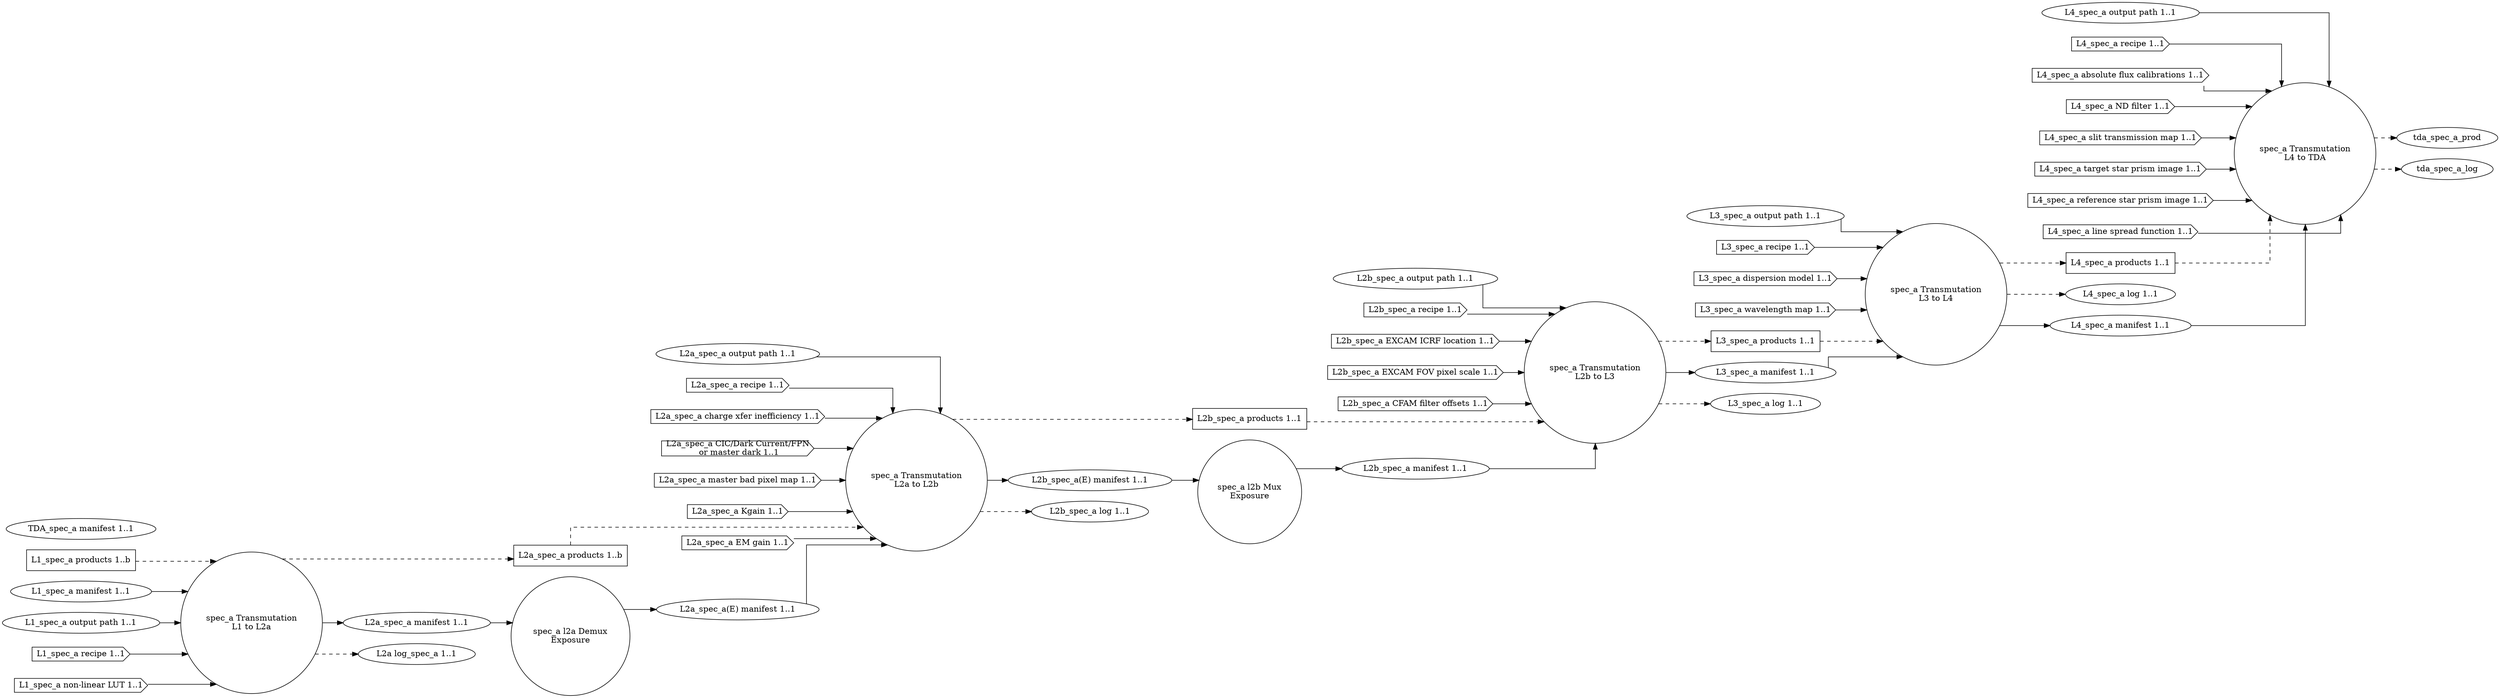
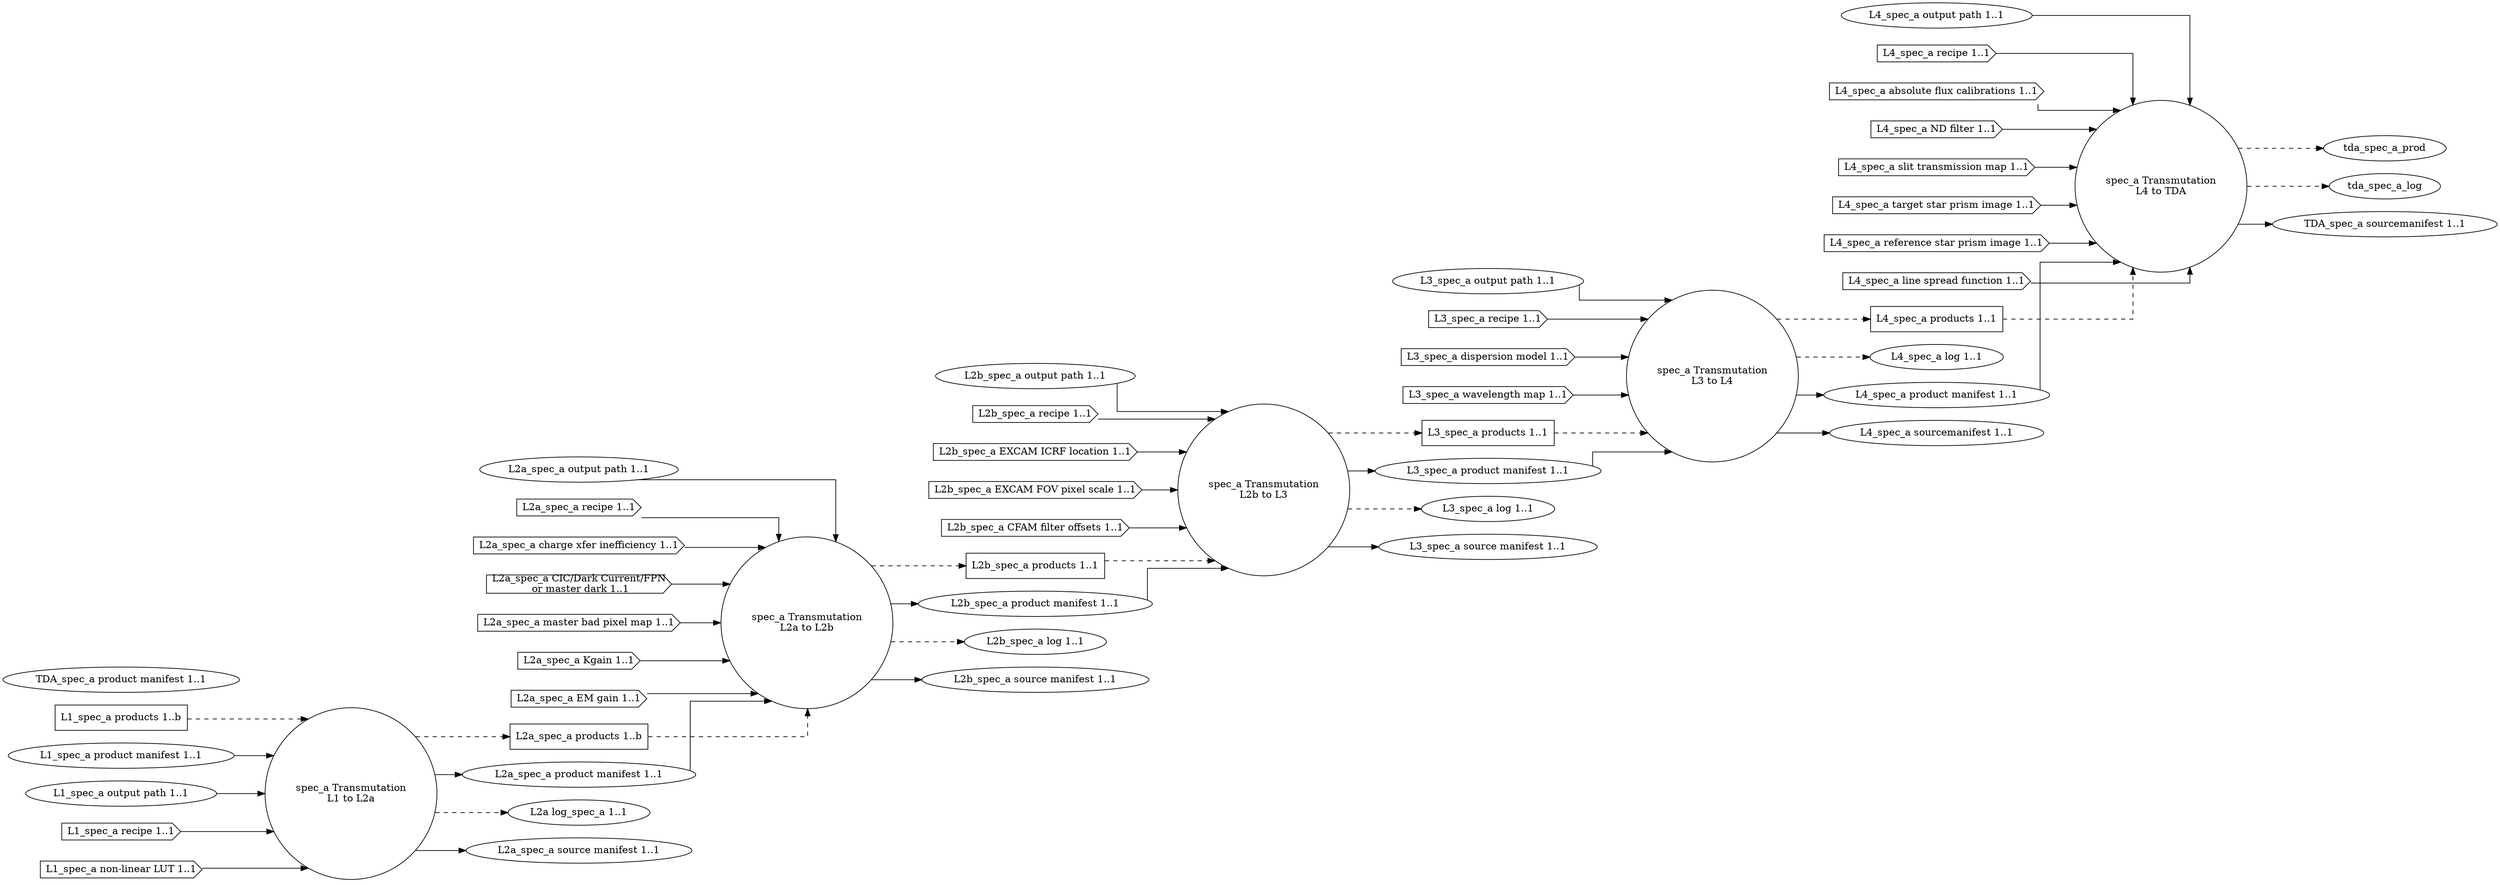
digraph SpectroscopyAnalog {
graph [splines="ortho", rankdir=LR];
trans_spec_a_l1_l2a [label="spec_a Transmutation\nL1 to L2a", shape="circle", runname="l1.transmutation_spec_a", runtype="dawgie.Algorithm", fsmtype="dip.base.Runner"];
- l2a_spec_a_demux [label="spec_a l2a Demux\nExposure", shape="circle", runname="l2a.demux_spec_a", runtype="dawgie.Algorithm", fsmtype="dip.clerk.impls.demux.FSM"];
trans_spec_a_l2a_l2b [label="spec_a Transmutation\nL2a to L2b", shape="circle", runname="l2a.transmutation_spec_a", runtype="dawgie.Algorithm", fsmtype="dip.base.Runner"];
- l2b_spec_a_mux [label="spec_a l2b Mux\nExposure", shape="circle", runname="l2b.mux_spec_a", runtype="dawgie.Analyzer", fsmtype="dip.clerk.impls.mux.FSM"];
trans_spec_a_l2b_l3 [label="spec_a Transmutation\nL2b to L3", shape="circle", runname="l2b.transmutation_spec_a", runtype="dawgie.Algorithm", fsmtype="dip.base.Runner"];
trans_spec_a_l3_l4 [label="spec_a Transmutation\nL3 to L4", shape="circle", runname="l3.transmutation_spec_a", runtype="dawgie.Algorithm", fsmtype="dip.base.Runner"];
trans_spec_a_l4_tda [label="spec_a Transmutation\nL4 to TDA", shape="circle", runname="l4.transmutation_spec_a", runtype="dawgie.Algorithm", fsmtype="dip.base.Runner"];
l1_spec_a_prod [label="L1_spec_a products 1..b", shape="rectangle"];
- l1_spec_a_man [label="L1_spec_a manifest 1..1", shape="ellipse"];
+ l1_spec_a_man [label="L1_spec_a product manifest 1..1", shape="ellipse"];
l1_spec_a_odir [label="L1_spec_a output path 1..1", shape="ellipse"];
l1_spec_a_rec [label="L1_spec_a recipe 1..1", shape="cds"];
l1_spec_a_nllut [label="L1_spec_a non-linear LUT 1..1", shape="cds"];
l2a_spec_a_prod [label="L2a_spec_a products 1..b", shape="rectangle"];
- l2a_spec_a_man [label="L2a_spec_a manifest 1..1", shape="ellipse", valname="l1.transmutation_spec_a.product.manifest", valtype="dip.base.Manifest"];
+ l2a_spec_a_man [label="L2a_spec_a product manifest 1..1", shape="ellipse", valname="l1.transmutation_spec_a.product.manifest", valtype="dip.base.Manifest"];
l2a_spec_a_odir [label="L2a_spec_a output path 1..1", shape="ellipse"];
l2a_spec_a_rec [label="L2a_spec_a recipe 1..1", shape="cds"];
l2a_spec_a_cti [label="L2a_spec_a charge xfer inefficiency 1..1", shape="cds"];
l2a_spec_a_dnb [label="L2a_spec_a CIC/Dark Current/FPN\n or master dark 1..1", shape="cds"];
l2a_spec_a_mbpm [label="L2a_spec_a master bad pixel map 1..1", shape="cds"];
l2a_spec_a_kgain [label="L2a_spec_a Kgain 1..1", shape="cds"];
l2a_spec_a_emg [label="L2a_spec_a EM gain 1..1", shape="cds"];
l2a_spec_a_log [label="L2a log_spec_a 1..1", shape="ellipse"];
- l2a_spec_a_man_demux [label="L2a_spec_a(E) manifest 1..1", shape="ellipse", valname="l2a.demux_spec_a.product.manifest", valtype="dip.base.Manifest"];
l2b_spec_a_prod [label="L2b_spec_a products 1..1", shape="rectangle"];
- l2b_spec_a_man [label="L2b_spec_a manifest 1..1", shape="ellipse", valname="l2b.mux_spec_a.product.manifest", valtype="dip.base.Manifest"];
+ l2b_spec_a_man [label="L2b_spec_a product manifest 1..1", shape="ellipse", valname="l2a.transmutation_spec_a.product.manifest", valtype="dip.base.Manifest"];
l2b_spec_a_odir [label="L2b_spec_a output path 1..1", shape="ellipse"];
l2b_spec_a_rec [label="L2b_spec_a recipe 1..1", shape="cds"];
l2b_spec_a_excicrf [label="L2b_spec_a EXCAM ICRF location 1..1", shape="cds"];
l2b_spec_a_excfovps [label="L2b_spec_a EXCAM FOV pixel scale 1..1", shape="cds"];
l2b_spec_a_cfamfo [label="L2b_spec_a CFAM filter offsets 1..1", shape="cds"];
- l2b_spec_a_man_demux [label="L2b_spec_a(E) manifest 1..1", shape="ellipse", valname="l2a.transmutation_spec_a.product.manifest", valtype="dip.base.Manifest"];
l2b_spec_a_log [label="L2b_spec_a log 1..1", shape="ellipse"];
l3_spec_a_prod [label="L3_spec_a products 1..1", shape="rectangle"];
l3_spec_a_odir [label="L3_spec_a output path 1..1", shape="ellipse"];
- l3_spec_a_man [label="L3_spec_a manifest 1..1", shape="ellipse", valname="l2b.transmutation_spec_a.product.manifest", valtype="dip.base.Manifest"];
+ l3_spec_a_man [label="L3_spec_a product manifest 1..1", shape="ellipse", valname="l2b.transmutation_spec_a.product.manifest", valtype="dip.base.Manifest"];
l3_spec_a_rec [label="L3_spec_a recipe 1..1", shape="cds"];
l3_spec_a_dispm [label="L3_spec_a dispersion model 1..1", shape="cds"];
l3_spec_a_wavem [label="L3_spec_a wavelength map 1..1", shape="cds"];
l3_spec_a_log [label="L3_spec_a log 1..1", shape="ellipse"];
l4_spec_a_prod [label="L4_spec_a products 1..1", shape="rectangle"];
l4_spec_a_odir [label="L4_spec_a output path 1..1", shape="ellipse"];
l4_spec_a_log [label="L4_spec_a log 1..1", shape="ellipse"];
- l4_spec_a_man [label="L4_spec_a manifest 1..1", shape="ellipse", valname="l3.transmutation_spec_a.product.manifest", valtype="dip.base.Manifest"];
+ l4_spec_a_man [label="L4_spec_a product manifest 1..1", shape="ellipse", valname="l3.transmutation_spec_a.product.manifest", valtype="dip.base.Manifest"];
l4_spec_a_rec [label="L4_spec_a recipe 1..1", shape="cds"];
l4_spec_a_afcal [label="L4_spec_a absolute flux calibrations 1..1", shape="cds"];
l4_spec_a_ndfilt [label="L4_spec_a ND filter 1..1", shape="cds"];
l4_spec_a_stmap [label="L4_spec_a slit transmission map 1..1", shape="cds"];
l4_spec_a_tspi [label="L4_spec_a target star prism image 1..1", shape="cds"];
l4_spec_a_rspi [label="L4_spec_a reference star prism image 1..1", shape="cds"];
l4_spec_a_lsf [label="L4_spec_a line spread function 1..1", shape="cds"];
- tda_spec_a_man [label="TDA_spec_a manifest 1..1", shape="ellipse", valname="l4.transmutation_spec_a.product.manifest", valtype="dip.base.Manifest"];
+ tda_spec_a_man [label="TDA_spec_a product manifest 1..1", shape="ellipse", valname="l4.transmutation_spec_a.product.manifest", valtype="dip.base.Manifest"];
l1_spec_a_prod -> trans_spec_a_l1_l2a [style="dashed"];
l1_spec_a_man -> trans_spec_a_l1_l2a;
l1_spec_a_odir -> trans_spec_a_l1_l2a;
l1_spec_a_rec -> trans_spec_a_l1_l2a;
l1_spec_a_nllut -> trans_spec_a_l1_l2a;
trans_spec_a_l1_l2a -> l2a_spec_a_prod [style="dashed"];
trans_spec_a_l1_l2a -> l2a_spec_a_man;
trans_spec_a_l1_l2a -> l2a_spec_a_log [style="dashed"];
l2a_spec_a_prod -> trans_spec_a_l2a_l2b [style="dashed"];
l2a_spec_a_odir -> trans_spec_a_l2a_l2b;
l2a_spec_a_rec -> trans_spec_a_l2a_l2b;
l2a_spec_a_cti -> trans_spec_a_l2a_l2b;
l2a_spec_a_dnb -> trans_spec_a_l2a_l2b;
l2a_spec_a_mbpm -> trans_spec_a_l2a_l2b;
l2a_spec_a_emg -> trans_spec_a_l2a_l2b;
l2a_spec_a_kgain -> trans_spec_a_l2a_l2b;
trans_spec_a_l2a_l2b -> l2b_spec_a_prod [style="dashed"];
- trans_spec_a_l2a_l2b -> l2b_spec_a_man_demux;
+ trans_spec_a_l2a_l2b -> l2b_spec_a_man;
trans_spec_a_l2a_l2b -> l2b_spec_a_log [style="dashed"];
- l2a_spec_a_man -> l2a_spec_a_demux;
- l2a_spec_a_demux -> l2a_spec_a_man_demux;
- l2a_spec_a_man_demux -> trans_spec_a_l2a_l2b;
- l2b_spec_a_man_demux -> l2b_spec_a_mux;
- l2b_spec_a_mux -> l2b_spec_a_man;
+ l2a_spec_a_man -> trans_spec_a_l2a_l2b;
l2b_spec_a_prod -> trans_spec_a_l2b_l3 [style="dashed"];
l2b_spec_a_man -> trans_spec_a_l2b_l3;
l2b_spec_a_odir -> trans_spec_a_l2b_l3;
l2b_spec_a_rec -> trans_spec_a_l2b_l3;
l2b_spec_a_excicrf -> trans_spec_a_l2b_l3;
l2b_spec_a_excfovps -> trans_spec_a_l2b_l3;
l2b_spec_a_cfamfo -> trans_spec_a_l2b_l3;
trans_spec_a_l2b_l3 -> l3_spec_a_prod [style="dashed"];
trans_spec_a_l2b_l3 -> l3_spec_a_man;
trans_spec_a_l2b_l3 -> l3_spec_a_log [style="dashed"];
l3_spec_a_prod -> trans_spec_a_l3_l4 [style="dashed"];
l3_spec_a_man -> trans_spec_a_l3_l4;
l3_spec_a_odir -> trans_spec_a_l3_l4;
l3_spec_a_rec -> trans_spec_a_l3_l4;
l3_spec_a_dispm -> trans_spec_a_l3_l4;
l3_spec_a_wavem -> trans_spec_a_l3_l4;
trans_spec_a_l3_l4 -> l4_spec_a_prod [style="dashed"];
trans_spec_a_l3_l4 -> l4_spec_a_log [style="dashed"];
trans_spec_a_l3_l4 -> l4_spec_a_man;
l4_spec_a_prod -> trans_spec_a_l4_tda [style="dashed"];
l4_spec_a_man -> trans_spec_a_l4_tda;
l4_spec_a_odir -> trans_spec_a_l4_tda;
l4_spec_a_rec -> trans_spec_a_l4_tda;
l4_spec_a_afcal -> trans_spec_a_l4_tda;
l4_spec_a_ndfilt -> trans_spec_a_l4_tda;
l4_spec_a_stmap -> trans_spec_a_l4_tda;
l4_spec_a_tspi -> trans_spec_a_l4_tda;
l4_spec_a_rspi -> trans_spec_a_l4_tda;
l4_spec_a_lsf -> trans_spec_a_l4_tda;
trans_spec_a_l4_tda -> tda_spec_a_prod [style="dashed"];
trans_spec_a_l4_tda -> tda_spec_a_log [style="dashed"];
+ 
+ l2a_spec_a_src [label="L2a_spec_a source manifest 1..1", shape="ellipse", valname="l1.transmutation_spec_a.source.manifest", valtype="dip.base.Manifest"];
+ l2b_spec_a_src [label="L2b_spec_a source manifest 1..1", shape="ellipse", valname="l2a.transmutation_spec_a.source.manifest", valtype="dip.base.Manifest"];
+ l3_spec_a_src [label="L3_spec_a source manifest 1..1", shape="ellipse", valname="l2b.transmutation_spec_a.source.manifest", valtype="dip.base.Manifest"];
+ l4_spec_a_src [label="L4_spec_a sourcemanifest 1..1", shape="ellipse", valname="l3.transmutation_spec_a.source.manifest", valtype="dip.base.Manifest"];
+ tda_spec_a_src [label="TDA_spec_a sourcemanifest 1..1", shape="ellipse", valname="l4.transmutation_spec_a.source.manifest", valtype="dip.base.Manifest"];
+ trans_spec_a_l1_l2a -> l2a_spec_a_src;
+ trans_spec_a_l2a_l2b -> l2b_spec_a_src;
+ trans_spec_a_l2b_l3 -> l3_spec_a_src;
+ trans_spec_a_l3_l4 -> l4_spec_a_src;
+ trans_spec_a_l4_tda -> tda_spec_a_src;
}
